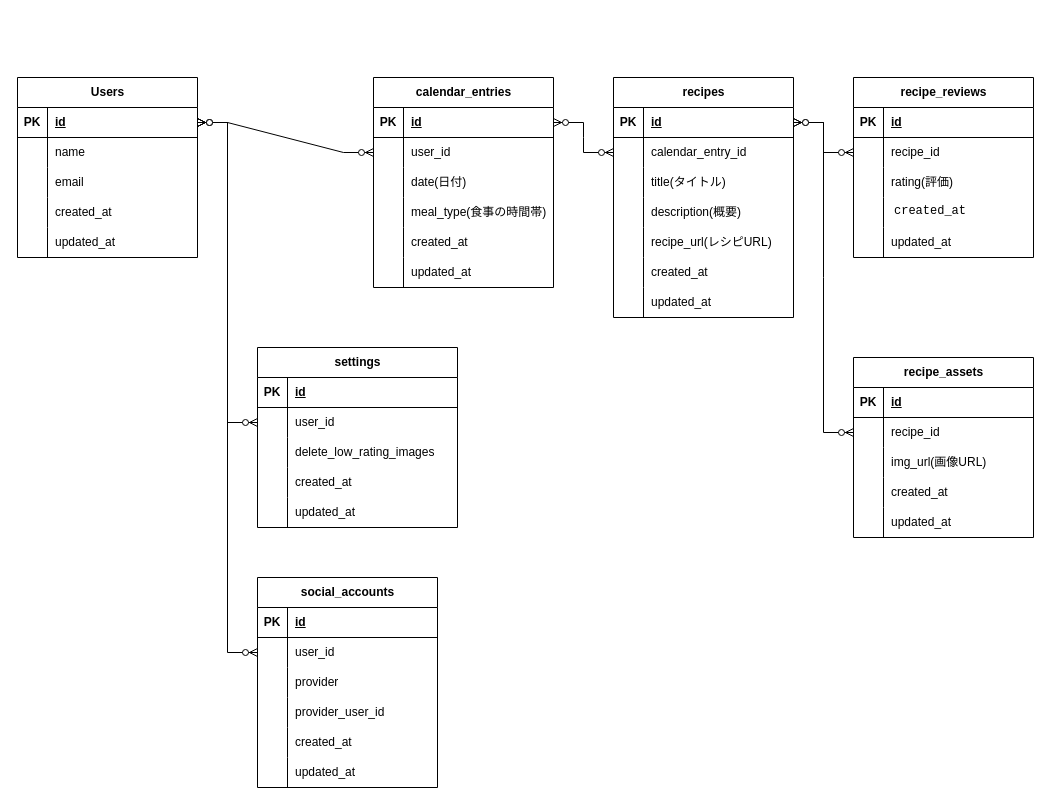
tomomaru034/recipe_review_app keeps this draw.io diagram as docs/er-diagrams/レシピレビューアプリ_ER図.drawio. Above is the earlier version. Source tidied: cells renumbered, new cells numbered last; positions are measured from the earlier drawing's top-left corner, leaving out a move shared by most shapes. Both pictures are drawn from the tidied source at 100%, with x=0, y=0 at pixel (17, 77).
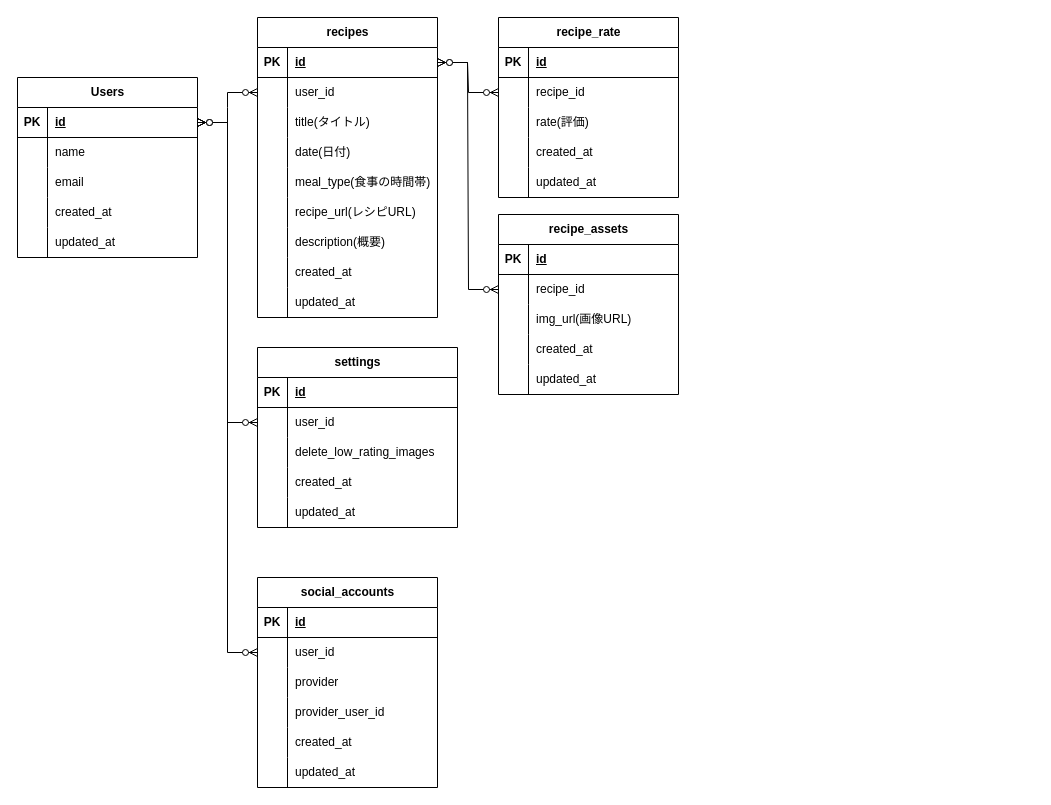
The same diagram, later.

Commit message:
レシピレビューアプリ_ER図.drawio を更新します

Unchanged cells that the change refers to:
```xml
<mxCell id="3" style="shape=tableRow;horizontal=0;startSize=0;swimlaneHead=0;swimlaneBody=0;fillColor=none;points=[[0,0.5],[1,0.5]];portConstraint=eastwest;top=0;left=0;right=0;bottom=1;" parent="2" vertex="1">
  <mxGeometry y="30" width="180" height="30" as="geometry" />
</mxCell>
<mxCell id="60" style="shape=tableRow;horizontal=0;startSize=0;swimlaneHead=0;swimlaneBody=0;fillColor=none;points=[[0,0.5],[1,0.5]];portConstraint=eastwest;top=0;left=0;right=0;bottom=0;" parent="56" vertex="1">
  <mxGeometry y="60" width="180" height="30" as="geometry" />
</mxCell>
<mxCell id="85" style="shape=tableRow;horizontal=0;startSize=0;swimlaneHead=0;swimlaneBody=0;fillColor=none;top=0;left=0;right=0;bottom=0;" parent="78" vertex="1">
  <mxGeometry y="90" width="180" height="30" as="geometry" />
</mxCell>
<mxCell id="88" style="shape=tableRow;horizontal=0;startSize=0;swimlaneHead=0;swimlaneBody=0;fillColor=none;top=0;left=0;right=0;bottom=0;" parent="78" vertex="1">
  <mxGeometry y="120" width="180" height="30" as="geometry" />
</mxCell>
```

Diff of the diagram source:
```diff
@@
-    <mxCell id="37" value="calendar_entries" style="shape=table;startSize=30;childLayout=tableLayout;rowLines=0;fontStyle=1;align=center;html=1;" parent="1" vertex="1">
-      <mxGeometry x="356" width="180" height="210" as="geometry" />
-    </mxCell>
-    <mxCell id="38" style="shape=tableRow;horizontal=0;startSize=0;swimlaneHead=0;swimlaneBody=0;fillColor=none;points=[[0,0.5],[1,0.5]];portConstraint=eastwest;top=0;left=0;right=0;bottom=1;" parent="37" vertex="1">
-      <mxGeometry y="30" width="180" height="30" as="geometry" />
-    </mxCell>
-    <mxCell id="39" value="PK" style="shape=partialRectangle;fillColor=none;top=0;left=0;bottom=0;right=0;fontStyle=1;overflow=hidden;whiteSpace=wrap;html=1;" parent="38" vertex="1">
-      <mxGeometry width="30" height="30" as="geometry" />
-    </mxCell>
-    <mxCell id="40" value="id" style="shape=partialRectangle;fillColor=none;top=0;left=0;bottom=0;right=0;align=left;spacingLeft=6;fontStyle=5;overflow=hidden;whiteSpace=wrap;html=1;" parent="38" vertex="1">
-      <mxGeometry x="30" width="150" height="30" as="geometry" />
-    </mxCell>
-    <mxCell id="41" style="shape=tableRow;horizontal=0;startSize=0;swimlaneHead=0;swimlaneBody=0;fillColor=none;points=[[0,0.5],[1,0.5]];portConstraint=eastwest;top=0;left=0;right=0;bottom=0;" parent="37" vertex="1">
-      <mxGeometry y="60" width="180" height="30" as="geometry" />
-    </mxCell>
-    <mxCell id="42" style="shape=partialRectangle;fillColor=none;top=0;left=0;bottom=0;right=0;overflow=hidden;whiteSpace=wrap;html=1;" parent="41" vertex="1">
-      <mxGeometry width="30" height="30" as="geometry" />
-    </mxCell>
-    <mxCell id="43" value="user_id" style="shape=partialRectangle;fillColor=none;top=0;left=0;bottom=0;right=0;align=left;spacingLeft=6;overflow=hidden;whiteSpace=wrap;html=1;" parent="41" vertex="1">
-      <mxGeometry x="30" width="150" height="30" as="geometry" />
-    </mxCell>
-    <mxCell id="44" style="shape=tableRow;horizontal=0;startSize=0;swimlaneHead=0;swimlaneBody=0;fillColor=none;top=0;left=0;right=0;bottom=0;" parent="37" vertex="1">
-      <mxGeometry y="90" width="180" height="30" as="geometry" />
-    </mxCell>
-    <mxCell id="45" style="shape=partialRectangle;fillColor=none;top=0;left=0;bottom=0;right=0;overflow=hidden;whiteSpace=wrap;html=1;" parent="44" vertex="1">
-      <mxGeometry width="30" height="30" as="geometry" />
-    </mxCell>
-    <mxCell id="46" value="date(日付)" style="shape=partialRectangle;fillColor=none;top=0;left=0;bottom=0;right=0;align=left;spacingLeft=6;overflow=hidden;whiteSpace=wrap;html=1;" parent="44" vertex="1">
-      <mxGeometry x="30" width="150" height="30" as="geometry" />
-    </mxCell>
-    <mxCell id="47" style="shape=tableRow;horizontal=0;startSize=0;swimlaneHead=0;swimlaneBody=0;fillColor=none;top=0;left=0;right=0;bottom=0;" parent="37" vertex="1">
-      <mxGeometry y="120" width="180" height="30" as="geometry" />
-    </mxCell>
-    <mxCell id="48" style="shape=partialRectangle;fillColor=none;top=0;left=0;bottom=0;right=0;overflow=hidden;whiteSpace=wrap;html=1;" parent="47" vertex="1">
-      <mxGeometry width="30" height="30" as="geometry" />
-    </mxCell>
-    <mxCell id="49" value="meal_type(食事の時間帯)" style="shape=partialRectangle;fillColor=none;top=0;left=0;bottom=0;right=0;align=left;spacingLeft=6;overflow=hidden;whiteSpace=wrap;html=1;" parent="47" vertex="1">
-      <mxGeometry x="30" width="150" height="30" as="geometry" />
-    </mxCell>
-    <mxCell id="50" style="shape=tableRow;horizontal=0;startSize=0;swimlaneHead=0;swimlaneBody=0;fillColor=none;top=0;left=0;right=0;bottom=0;" parent="37" vertex="1">
-      <mxGeometry y="150" width="180" height="30" as="geometry" />
-    </mxCell>
-    <mxCell id="51" style="shape=partialRectangle;fillColor=none;top=0;left=0;bottom=0;right=0;overflow=hidden;whiteSpace=wrap;html=1;" parent="50" vertex="1">
-      <mxGeometry width="30" height="30" as="geometry" />
-    </mxCell>
-    <mxCell id="52" value="created_at" style="shape=partialRectangle;fillColor=none;top=0;left=0;bottom=0;right=0;align=left;spacingLeft=6;overflow=hidden;whiteSpace=wrap;html=1;" parent="50" vertex="1">
-      <mxGeometry x="30" width="150" height="30" as="geometry" />
-    </mxCell>
-    <mxCell id="53" style="shape=tableRow;horizontal=0;startSize=0;swimlaneHead=0;swimlaneBody=0;fillColor=none;top=0;left=0;right=0;bottom=0;" parent="37" vertex="1">
-      <mxGeometry y="180" width="180" height="30" as="geometry" />
-    </mxCell>
-    <mxCell id="54" style="shape=partialRectangle;fillColor=none;top=0;left=0;bottom=0;right=0;overflow=hidden;whiteSpace=wrap;html=1;" parent="53" vertex="1">
-      <mxGeometry width="30" height="30" as="geometry" />
-    </mxCell>
-    <mxCell id="55" value="updated_at" style="shape=partialRectangle;fillColor=none;top=0;left=0;bottom=0;right=0;align=left;spacingLeft=6;overflow=hidden;whiteSpace=wrap;html=1;" parent="53" vertex="1">
-      <mxGeometry x="30" width="150" height="30" as="geometry" />
-    </mxCell>
     <mxCell id="56" value="recipes" style="shape=table;startSize=30;childLayout=tableLayout;rowLines=0;fontStyle=1;align=center;html=1;" parent="1" vertex="1">
-      <mxGeometry x="596" width="180" height="240" as="geometry" />
+      <mxGeometry x="240" y="-60" width="180" height="300" as="geometry" />
     </mxCell>
@@
-    <mxCell id="62" value="calendar_entry_id" style="shape=partialRectangle;fillColor=none;top=0;left=0;bottom=0;right=0;align=left;spacingLeft=6;overflow=hidden;whiteSpace=wrap;html=1;" parent="60" vertex="1">
+    <mxCell id="62" value="user_id" style="shape=partialRectangle;fillColor=none;top=0;left=0;bottom=0;right=0;align=left;spacingLeft=6;overflow=hidden;whiteSpace=wrap;html=1;" parent="60" vertex="1">
       <mxGeometry x="30" width="150" height="30" as="geometry" />
     </mxCell>
@@
+    <mxCell id="47" style="shape=tableRow;horizontal=0;startSize=0;swimlaneHead=0;swimlaneBody=0;fillColor=none;top=0;left=0;right=0;bottom=0;" parent="56" vertex="1">
+      <mxGeometry y="120" width="180" height="30" as="geometry" />
+    </mxCell>
+    <mxCell id="132" style="shape=partialRectangle;fillColor=none;top=0;left=0;bottom=0;right=0;overflow=hidden;whiteSpace=wrap;html=1;" parent="47" vertex="1">
+      <mxGeometry width="30" height="30" as="geometry" />
+    </mxCell>
+    <mxCell id="46" value="date(日付)" style="shape=partialRectangle;fillColor=none;top=0;left=0;bottom=0;right=0;align=left;spacingLeft=6;overflow=hidden;whiteSpace=wrap;html=1;" parent="47" vertex="1">
+      <mxGeometry x="30" width="150" height="30" as="geometry" />
+    </mxCell>
+    <mxCell id="50" style="shape=tableRow;horizontal=0;startSize=0;swimlaneHead=0;swimlaneBody=0;fillColor=none;top=0;left=0;right=0;bottom=0;" parent="56" vertex="1">
+      <mxGeometry y="150" width="180" height="30" as="geometry" />
+    </mxCell>
+    <mxCell id="133" style="shape=partialRectangle;fillColor=none;top=0;left=0;bottom=0;right=0;overflow=hidden;whiteSpace=wrap;html=1;" parent="50" vertex="1">
+      <mxGeometry width="30" height="30" as="geometry" />
+    </mxCell>
+    <mxCell id="49" value="meal_type(食事の時間帯)" style="shape=partialRectangle;fillColor=none;top=0;left=0;bottom=0;right=0;align=left;spacingLeft=6;overflow=hidden;whiteSpace=wrap;html=1;" parent="50" vertex="1">
+      <mxGeometry x="30" width="150" height="30" as="geometry" />
+    </mxCell>
+    <mxCell id="69" style="shape=tableRow;horizontal=0;startSize=0;swimlaneHead=0;swimlaneBody=0;fillColor=none;top=0;left=0;right=0;bottom=0;" parent="56" vertex="1">
+      <mxGeometry y="180" width="180" height="30" as="geometry" />
+    </mxCell>
+    <mxCell id="70" style="shape=partialRectangle;fillColor=none;top=0;left=0;bottom=0;right=0;overflow=hidden;whiteSpace=wrap;html=1;" parent="69" vertex="1">
+      <mxGeometry width="30" height="30" as="geometry" />
+    </mxCell>
+    <mxCell id="71" value="recipe_url(レシピURL)" style="shape=partialRectangle;fillColor=none;top=0;left=0;bottom=0;right=0;align=left;spacingLeft=6;overflow=hidden;whiteSpace=wrap;html=1;" parent="69" vertex="1">
+      <mxGeometry x="30" width="150" height="30" as="geometry" />
+    </mxCell>
     <mxCell id="66" style="shape=tableRow;horizontal=0;startSize=0;swimlaneHead=0;swimlaneBody=0;fillColor=none;top=0;left=0;right=0;bottom=0;" parent="56" vertex="1">
-      <mxGeometry y="120" width="180" height="30" as="geometry" />
+      <mxGeometry y="210" width="180" height="30" as="geometry" />
     </mxCell>
@@
-    <mxCell id="69" style="shape=tableRow;horizontal=0;startSize=0;swimlaneHead=0;swimlaneBody=0;fillColor=none;top=0;left=0;right=0;bottom=0;" parent="56" vertex="1">
-      <mxGeometry y="150" width="180" height="30" as="geometry" />
-    </mxCell>
-    <mxCell id="70" style="shape=partialRectangle;fillColor=none;top=0;left=0;bottom=0;right=0;overflow=hidden;whiteSpace=wrap;html=1;" parent="69" vertex="1">
-      <mxGeometry width="30" height="30" as="geometry" />
-    </mxCell>
-    <mxCell id="71" value="recipe_url(レシピURL)" style="shape=partialRectangle;fillColor=none;top=0;left=0;bottom=0;right=0;align=left;spacingLeft=6;overflow=hidden;whiteSpace=wrap;html=1;" parent="69" vertex="1">
-      <mxGeometry x="30" width="150" height="30" as="geometry" />
-    </mxCell>
     <mxCell id="72" style="shape=tableRow;horizontal=0;startSize=0;swimlaneHead=0;swimlaneBody=0;fillColor=none;top=0;left=0;right=0;bottom=0;" parent="56" vertex="1">
-      <mxGeometry y="180" width="180" height="30" as="geometry" />
+      <mxGeometry y="240" width="180" height="30" as="geometry" />
     </mxCell>
@@
     <mxCell id="75" style="shape=tableRow;horizontal=0;startSize=0;swimlaneHead=0;swimlaneBody=0;fillColor=none;top=0;left=0;right=0;bottom=0;" parent="56" vertex="1">
-      <mxGeometry y="210" width="180" height="30" as="geometry" />
+      <mxGeometry y="270" width="180" height="30" as="geometry" />
     </mxCell>
@@
-    <mxCell id="78" value="recipe_reviews" style="shape=table;startSize=30;childLayout=tableLayout;rowLines=0;fontStyle=1;align=center;html=1;" parent="1" vertex="1">
-      <mxGeometry x="836" width="180" height="180" as="geometry" />
+    <mxCell id="78" value="recipe_rate" style="shape=table;startSize=30;childLayout=tableLayout;rowLines=0;fontStyle=1;align=center;html=1;" parent="1" vertex="1">
+      <mxGeometry x="481" y="-60" width="180" height="180" as="geometry" />
     </mxCell>
@@
-    <mxCell id="87" value="rating(評価)" style="shape=partialRectangle;fillColor=none;top=0;left=0;bottom=0;right=0;align=left;spacingLeft=6;overflow=hidden;whiteSpace=wrap;html=1;" parent="85" vertex="1">
+    <mxCell id="87" value="rate(評価)" style="shape=partialRectangle;fillColor=none;top=0;left=0;bottom=0;right=0;align=left;spacingLeft=6;overflow=hidden;whiteSpace=wrap;html=1;" parent="85" vertex="1">
       <mxGeometry x="30" width="150" height="30" as="geometry" />
     </mxCell>
@@
-    <mxCell id="90" value="&lt;table&gt;&lt;tbody&gt;&lt;tr&gt;&lt;td&gt;&lt;code&gt;created_at&lt;/code&gt;&lt;/td&gt;&lt;/tr&gt;&lt;/tbody&gt;&lt;/table&gt;&lt;table&gt;&lt;tbody&gt;&lt;tr&gt;&lt;td&gt;&lt;/td&gt;&lt;/tr&gt;&lt;/tbody&gt;&lt;/table&gt;" style="shape=partialRectangle;fillColor=none;top=0;left=0;bottom=0;right=0;align=left;spacingLeft=6;overflow=hidden;whiteSpace=wrap;html=1;" parent="88" vertex="1">
+    <mxCell id="90" value="created_at" style="shape=partialRectangle;fillColor=none;top=0;left=0;bottom=0;right=0;align=left;spacingLeft=6;overflow=hidden;whiteSpace=wrap;html=1;" parent="88" vertex="1">
       <mxGeometry x="30" width="150" height="30" as="geometry" />
     </mxCell>
@@
     <mxCell id="94" value="recipe_assets" style="shape=table;startSize=30;childLayout=tableLayout;rowLines=0;fontStyle=1;align=center;html=1;" parent="1" vertex="1">
-      <mxGeometry x="836" y="280" width="180" height="180" as="geometry" />
+      <mxGeometry x="481" y="137" width="180" height="180" as="geometry" />
     </mxCell>
@@
-    <mxCell id="128" style="edgeStyle=entityRelationEdgeStyle;fontSize=12;html=1;endArrow=ERzeroToMany;endFill=1;startArrow=ERzeroToMany;rounded=0;entryDx=0;entryDy=0;exitDx=0;exitDy=0;entryX=1;entryY=0.5;exitX=0;exitY=0.5;" parent="1" edge="1" source="41" target="3">
-      <mxGeometry relative="1" as="geometry" />
-    </mxCell>
-    <mxCell id="129" style="edgeStyle=entityRelationEdgeStyle;fontSize=12;html=1;endArrow=ERzeroToMany;endFill=1;startArrow=ERzeroToMany;rounded=0;exitX=1;exitY=0.5;exitDx=0;exitDy=0;entryX=0;entryY=0.5;entryDx=0;entryDy=0;" parent="1" edge="1" source="38" target="60">
+    <mxCell id="129" style="edgeStyle=entityRelationEdgeStyle;fontSize=12;html=1;endArrow=ERzeroToMany;endFill=1;startArrow=ERzeroToMany;rounded=0;exitX=1;exitY=0.5;exitDx=0;exitDy=0;entryX=0;entryY=0.5;entryDx=0;entryDy=0;" parent="1" edge="1" source="3" target="60">
       <mxGeometry relative="1" as="geometry">
         <Array as="points">
           <mxPoint x="230" y="450" />
         </Array>
       </mxGeometry>
     </mxCell>
```
